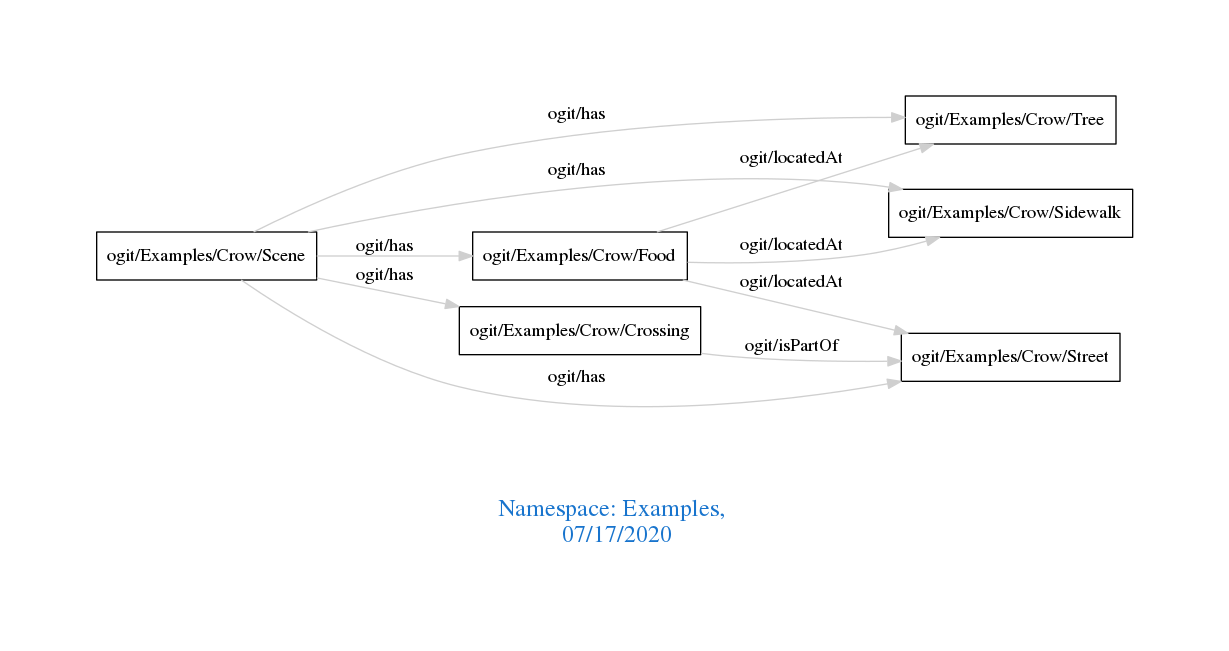
This is downloads/Examples.png from arago/OGIT, a Graphviz export, as it was before one commit. Its source is kept beside it as downloads/Examples.dot.
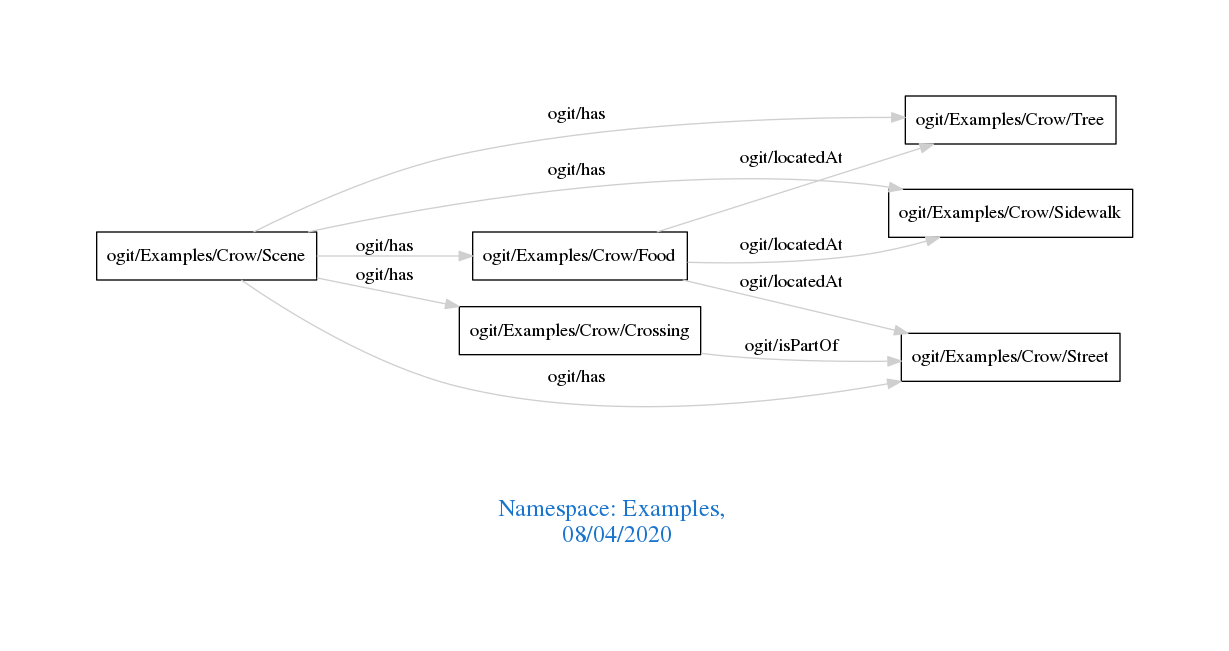
After the commit.

Change to the diagram source:
```diff
@@ -1,7 +1,7 @@
 digraph OGIT_ontology {
  graph [ rankdir= LR,pad=1
 fontsize = 18,
-fontcolor= dodgerblue3,label = "\n\n\nNamespace: Examples, \n 07/17/2020"];
+fontcolor= dodgerblue3,label = "\n\n\nNamespace: Examples, \n 08/04/2020"];
 node[shape=polygon];
 edge [  color="gray81"];
 
```
